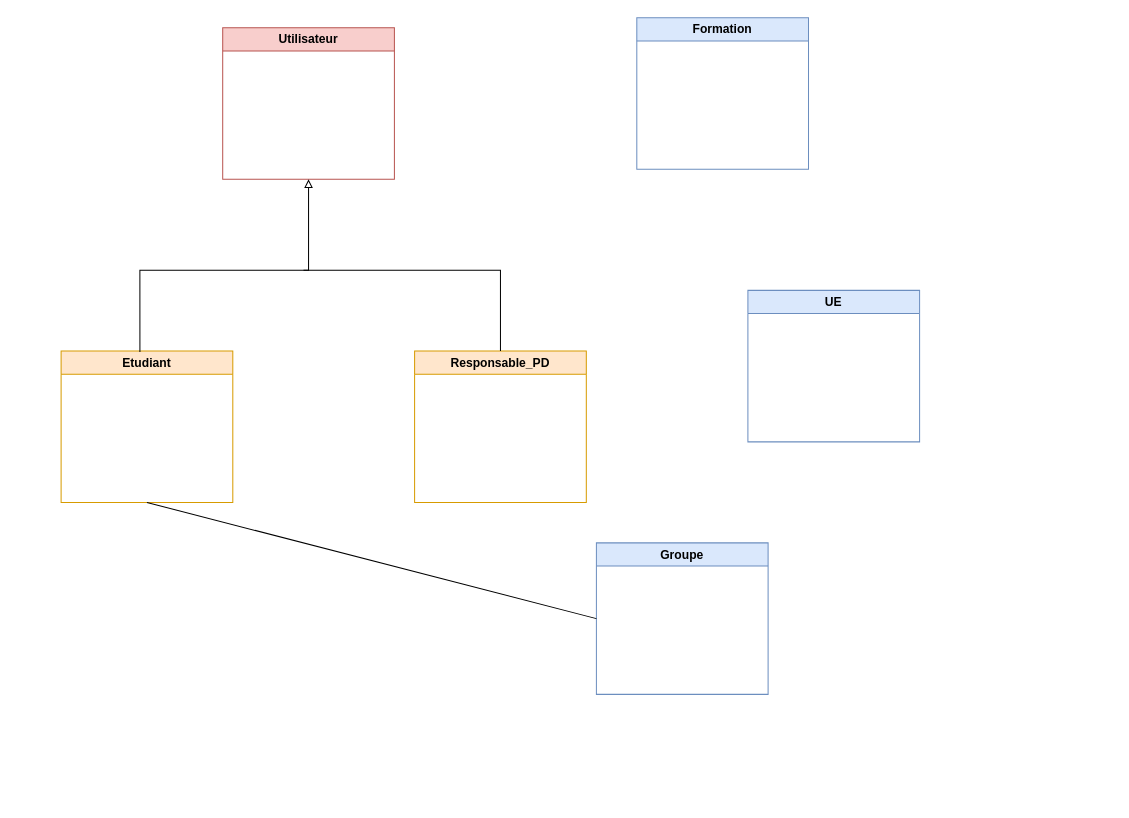
This is conception/gestion_inscription_pedagogique.drawio from gaye-00/gestion_inscription_pedagogique, a draw.io file, before an edit. Source tidied: cells renumbered, new cells numbered last; positions are measured from the earlier drawing's top-left corner, leaving out a move shared by most shapes. Both pictures are drawn from the tidied source at 101%, with x=0, y=0 at pixel (61, 17).
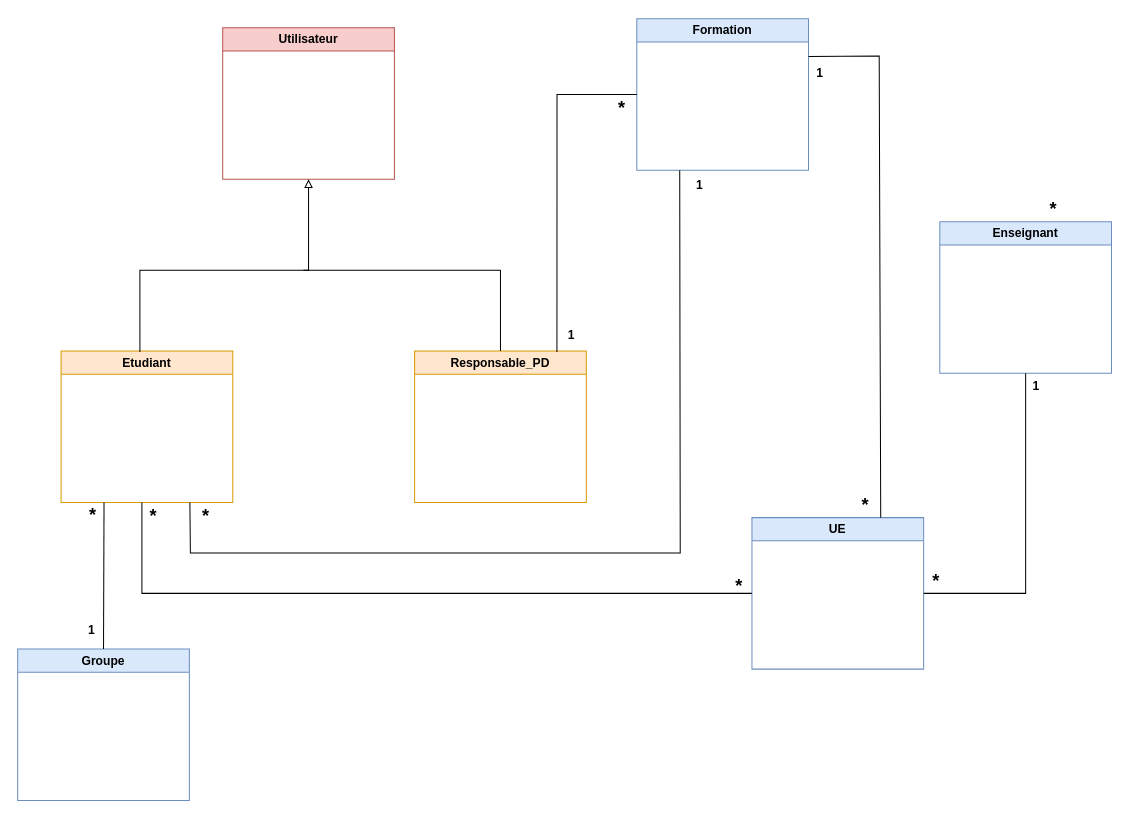
Above is the later version.

The change refers to these unchanged cells:
```xml
<mxCell id="3" value="Etudiant" style="swimlane;whiteSpace=wrap;html=1;fillColor=#ffe6cc;strokeColor=#d79b00;" parent="1" vertex="1">
  <mxGeometry y="330" width="170" height="150" as="geometry" />
</mxCell>
<mxCell id="4" value="Responsable_PD" style="swimlane;whiteSpace=wrap;html=1;fillColor=#ffe6cc;strokeColor=#d79b00;" parent="1" vertex="1">
  <mxGeometry x="350" y="330" width="170" height="150" as="geometry" />
</mxCell>
```

The edit, as a diff of the source:
```diff
@@
     <mxCell id="7" value="Formation" style="swimlane;whiteSpace=wrap;html=1;fillColor=#dae8fc;strokeColor=#6c8ebf;" parent="1" vertex="1">
-      <mxGeometry x="570" width="170" height="150" as="geometry" />
+      <mxGeometry x="570" y="1" width="170" height="150" as="geometry" />
     </mxCell>
     <mxCell id="8" value="Groupe" style="swimlane;whiteSpace=wrap;html=1;fillColor=#dae8fc;strokeColor=#6c8ebf;" parent="1" vertex="1">
-      <mxGeometry x="530" y="520" width="170" height="150" as="geometry" />
+      <mxGeometry x="-43" y="625" width="170" height="150" as="geometry" />
     </mxCell>
-    <mxCell id="9" style="endArrow=none;html=1;rounded=0;exitX=0.5;exitY=1;exitDx=0;exitDy=0;entryX=0;entryY=0.5;entryDx=0;entryDy=0;" parent="1" edge="1" source="3" target="8">
+    <mxCell id="9" style="endArrow=none;html=1;rounded=0;exitX=0.25;exitY=1;exitDx=0;exitDy=0;entryX=0.5;entryY=0;entryDx=0;entryDy=0;" parent="1" edge="1" source="3" target="8">
       <mxGeometry relative="1" as="geometry" />
     </mxCell>
     <mxCell id="10" value="UE" style="swimlane;whiteSpace=wrap;html=1;fillColor=#dae8fc;strokeColor=#6c8ebf;" parent="1" vertex="1">
-      <mxGeometry x="680" y="270" width="170" height="150" as="geometry" />
+      <mxGeometry x="684" y="495" width="170" height="150" as="geometry" />
     </mxCell>
+    <mxCell id="11" style="endArrow=none;html=1;rounded=0;entryX=0;entryY=0.5;entryDx=0;entryDy=0;" parent="1" edge="1" target="10">
+      <mxGeometry relative="1" as="geometry">
+        <mxPoint x="80" y="480" as="sourcePoint" />
+        <Array as="points">
+          <mxPoint x="80" y="570" />
+        </Array>
+      </mxGeometry>
+    </mxCell>
+    <mxCell id="12" style="endArrow=none;html=1;rounded=0;exitX=0.75;exitY=0;exitDx=0;exitDy=0;entryX=1;entryY=0.25;entryDx=0;entryDy=0;" parent="1" edge="1" source="10" target="7">
+      <mxGeometry relative="1" as="geometry">
+        <Array as="points">
+          <mxPoint x="810" y="38" />
+        </Array>
+      </mxGeometry>
+    </mxCell>
+    <mxCell id="13" style="endArrow=none;html=1;rounded=0;entryX=0.25;entryY=1;entryDx=0;entryDy=0;exitX=0.75;exitY=1;exitDx=0;exitDy=0;" parent="1" edge="1" source="3" target="7">
+      <mxGeometry relative="1" as="geometry">
+        <Array as="points">
+          <mxPoint x="128" y="530" />
+          <mxPoint x="613" y="530" />
+        </Array>
+      </mxGeometry>
+    </mxCell>
+    <mxCell id="14" value="&lt;b&gt;&lt;font style=&quot;font-size: 18px;&quot;&gt;*&lt;/font&gt;&lt;/b&gt;" style="text;html=1;align=center;verticalAlign=middle;strokeColor=none;fillColor=none;" parent="1" vertex="1">
+      <mxGeometry x="16" y="473" width="30" height="40" as="geometry" />
+    </mxCell>
+    <mxCell id="15" value="&lt;b&gt;&lt;font style=&quot;font-size: 18px;&quot;&gt;*&lt;/font&gt;&lt;/b&gt;" style="text;html=1;align=center;verticalAlign=middle;strokeColor=none;fillColor=none;" parent="1" vertex="1">
+      <mxGeometry x="656" y="543" width="30" height="40" as="geometry" />
+    </mxCell>
+    <mxCell id="16" value="&lt;b&gt;1&lt;/b&gt;" style="text;html=1;align=center;verticalAlign=middle;strokeColor=none;fillColor=none;" parent="1" vertex="1">
+      <mxGeometry x="15" y="592" width="30" height="30" as="geometry" />
+    </mxCell>
+    <mxCell id="17" value="&lt;b&gt;&lt;font style=&quot;font-size: 18px;&quot;&gt;*&lt;/font&gt;&lt;/b&gt;" style="text;html=1;align=center;verticalAlign=middle;strokeColor=none;fillColor=none;" parent="1" vertex="1">
+      <mxGeometry x="76" y="474" width="30" height="40" as="geometry" />
+    </mxCell>
+    <mxCell id="18" value="&lt;b&gt;1&lt;/b&gt;" style="text;html=1;align=center;verticalAlign=middle;strokeColor=none;fillColor=none;" parent="1" vertex="1">
+      <mxGeometry x="736" y="40" width="30" height="30" as="geometry" />
+    </mxCell>
+    <mxCell id="19" value="&lt;b&gt;&lt;font style=&quot;font-size: 18px;&quot;&gt;*&lt;/font&gt;&lt;/b&gt;" style="text;html=1;align=center;verticalAlign=middle;strokeColor=none;fillColor=none;" parent="1" vertex="1">
+      <mxGeometry x="781" y="463" width="30" height="40" as="geometry" />
+    </mxCell>
+    <mxCell id="20" value="&lt;b&gt;&lt;font style=&quot;font-size: 18px;&quot;&gt;*&lt;/font&gt;&lt;/b&gt;" style="text;html=1;align=center;verticalAlign=middle;strokeColor=none;fillColor=none;" parent="1" vertex="1">
+      <mxGeometry x="128" y="474" width="30" height="40" as="geometry" />
+    </mxCell>
+    <mxCell id="21" value="&lt;b&gt;1&lt;/b&gt;" style="text;html=1;align=center;verticalAlign=middle;strokeColor=none;fillColor=none;" parent="1" vertex="1">
+      <mxGeometry x="617" y="151" width="30" height="30" as="geometry" />
+    </mxCell>
+    <mxCell id="22" style="endArrow=none;html=1;rounded=0;entryX=0;entryY=0.5;entryDx=0;entryDy=0;exitX=0.829;exitY=0.007;exitDx=0;exitDy=0;exitPerimeter=0;" parent="1" edge="1" source="4" target="7">
+      <mxGeometry relative="1" as="geometry">
+        <Array as="points">
+          <mxPoint x="491" y="76" />
+        </Array>
+      </mxGeometry>
+    </mxCell>
+    <mxCell id="23" value="&lt;b&gt;&lt;font style=&quot;font-size: 18px;&quot;&gt;*&lt;/font&gt;&lt;/b&gt;" style="text;html=1;align=center;verticalAlign=middle;strokeColor=none;fillColor=none;" parent="1" vertex="1">
+      <mxGeometry x="540" y="70" width="30" height="40" as="geometry" />
+    </mxCell>
+    <mxCell id="24" value="&lt;b&gt;1&lt;/b&gt;" style="text;html=1;align=center;verticalAlign=middle;strokeColor=none;fillColor=none;" parent="1" vertex="1">
+      <mxGeometry x="490" y="300" width="30" height="30" as="geometry" />
+    </mxCell>
+    <mxCell id="25" value="Enseignant" style="swimlane;whiteSpace=wrap;html=1;fillColor=#dae8fc;strokeColor=#6c8ebf;" parent="1" vertex="1">
+      <mxGeometry x="870" y="202" width="170" height="150" as="geometry" />
+    </mxCell>
+    <mxCell id="26" value="&lt;b&gt;&lt;font style=&quot;font-size: 18px;&quot;&gt;*&lt;/font&gt;&lt;/b&gt;" style="text;html=1;align=center;verticalAlign=middle;strokeColor=none;fillColor=none;" parent="1" vertex="1">
+      <mxGeometry x="967" y="170" width="30" height="40" as="geometry" />
+    </mxCell>
+    <mxCell id="27" style="endArrow=none;html=1;rounded=0;entryX=0.5;entryY=1;entryDx=0;entryDy=0;exitX=1;exitY=0.5;exitDx=0;exitDy=0;" parent="1" edge="1" source="10" target="25">
+      <mxGeometry relative="1" as="geometry">
+        <Array as="points">
+          <mxPoint x="955" y="570" />
+        </Array>
+      </mxGeometry>
+    </mxCell>
+    <mxCell id="28" value="&lt;b&gt;1&lt;/b&gt;" style="text;html=1;align=center;verticalAlign=middle;strokeColor=none;fillColor=none;" parent="1" vertex="1">
+      <mxGeometry x="950" y="350" width="30" height="30" as="geometry" />
+    </mxCell>
+    <mxCell id="29" value="&lt;b&gt;&lt;font style=&quot;font-size: 18px;&quot;&gt;*&lt;/font&gt;&lt;/b&gt;" style="text;html=1;align=center;verticalAlign=middle;strokeColor=none;fillColor=none;" parent="1" vertex="1">
+      <mxGeometry x="851" y="538" width="30" height="40" as="geometry" />
+    </mxCell>
```
